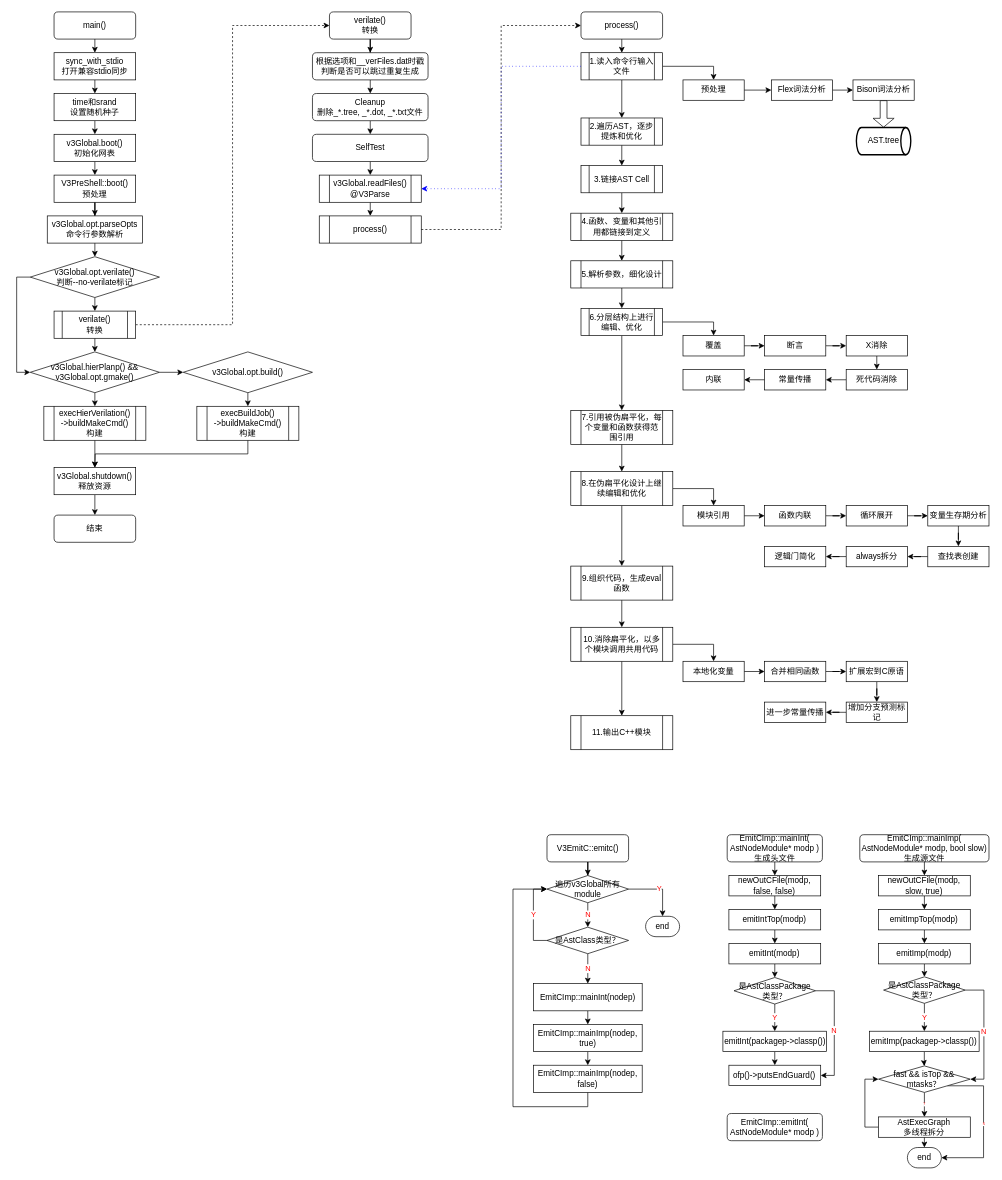
Dercury/CLDK keeps this draw.io diagram as verilator_digrams/main().drawio. Above is the earlier version. Source tidied: cells renumbered, new cells numbered last; positions are measured from the earlier drawing's top-left corner, leaving out a move shared by most shapes. Both pictures are drawn from the tidied source at 68%, with x=0, y=0 at pixel (30, 12).
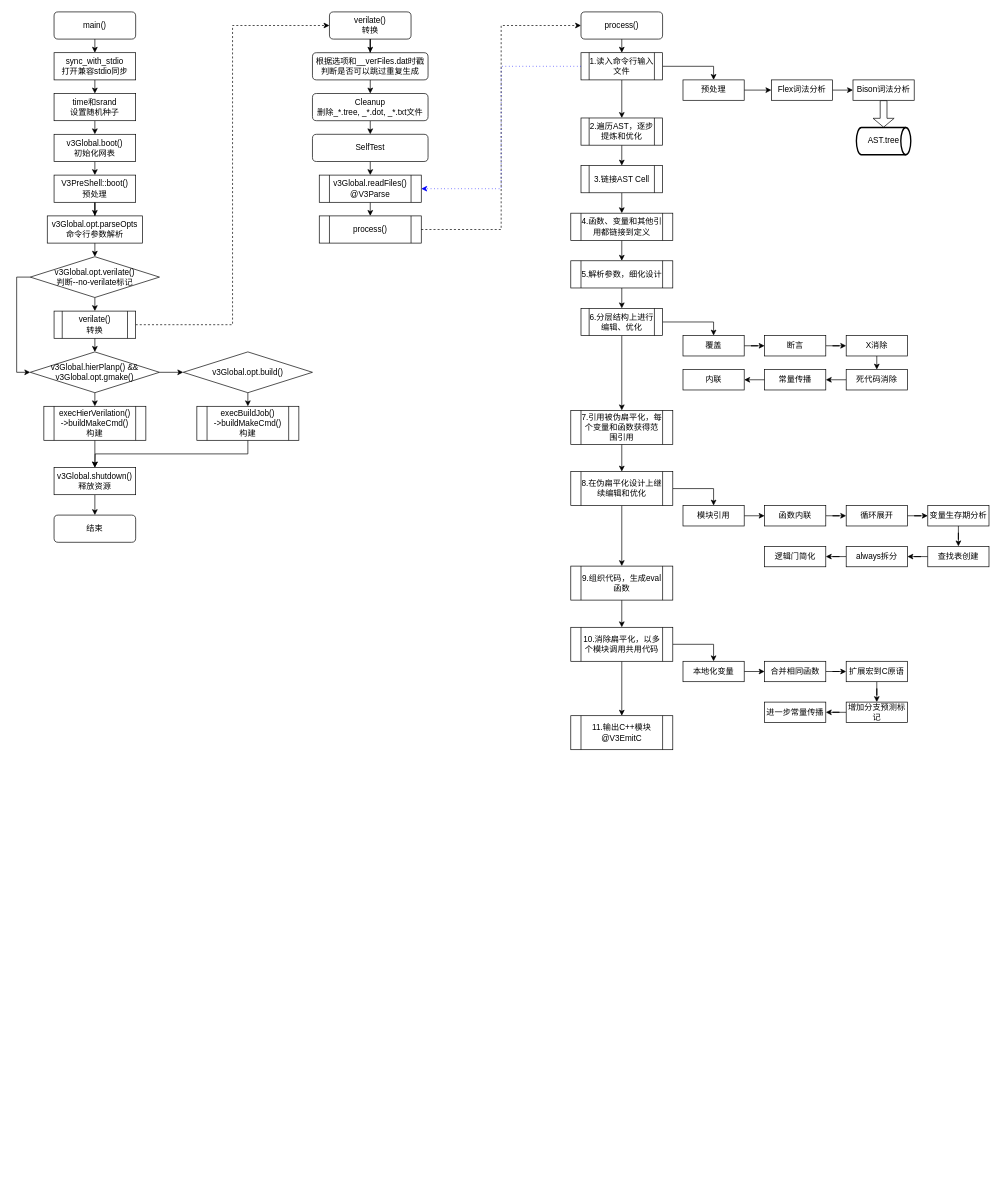
The same page after the edit.

Change to the diagram source:
```diff
@@
-    <mxCell id="89" value="&lt;span&gt;11.输出C++模块&lt;/span&gt;" style="shape=process;whiteSpace=wrap;html=1;backgroundOutline=1;" parent="1" vertex="1">
+    <mxCell id="89" value="&lt;span&gt;11.输出C++模块&lt;br&gt;@V3EmitC&lt;br&gt;&lt;/span&gt;" style="shape=process;whiteSpace=wrap;html=1;backgroundOutline=1;" parent="1" vertex="1">
       <mxGeometry x="794.9" y="1035" width="150" height="50" as="geometry" />
     </mxCell>
@@
-    <mxCell id="112" style="edgeStyle=orthogonalEdgeStyle;rounded=0;jumpSize=6;jettySize=auto;html=1;exitX=0.5;exitY=1;exitDx=0;exitDy=0;fontColor=#FF0000;strokeWidth=1;" parent="1" edge="1" source="113" target="116">
-      <mxGeometry relative="1" as="geometry" />
-    </mxCell>
-    <mxCell id="113" value="V3EmitC::emitc()" style="rounded=1;whiteSpace=wrap;html=1;fontSize=12;glass=0;strokeWidth=1;shadow=0;" parent="1" vertex="1">
-      <mxGeometry x="759.9" y="1210" width="120" height="40" as="geometry" />
-    </mxCell>
-    <mxCell id="114" value="N" style="edgeStyle=orthogonalEdgeStyle;rounded=0;jumpSize=6;jettySize=auto;html=1;exitX=0.5;exitY=1;exitDx=0;exitDy=0;entryX=0.5;entryY=0;entryDx=0;entryDy=0;fontColor=#FF0000;strokeWidth=1;" parent="1" edge="1" source="116" target="119">
-      <mxGeometry relative="1" as="geometry" />
-    </mxCell>
-    <mxCell id="115" value="Y" style="edgeStyle=orthogonalEdgeStyle;rounded=0;jumpSize=6;jettySize=auto;html=1;exitX=1;exitY=0.5;exitDx=0;exitDy=0;fontColor=#FF0000;strokeColor=#000000;strokeWidth=1;" parent="1" edge="1" source="116" target="126">
-      <mxGeometry relative="1" as="geometry" />
-    </mxCell>
-    <mxCell id="116" value="遍历v3Global所有module" style="rhombus;whiteSpace=wrap;html=1;rounded=0;shadow=0;glass=0;strokeWidth=1;" parent="1" vertex="1">
-      <mxGeometry x="759.9" y="1270" width="120" height="40" as="geometry" />
-    </mxCell>
-    <mxCell id="117" value="N" style="edgeStyle=orthogonalEdgeStyle;rounded=0;jumpSize=6;jettySize=auto;html=1;exitX=0.5;exitY=1;exitDx=0;exitDy=0;entryX=0.5;entryY=0;entryDx=0;entryDy=0;fontColor=#FF0000;strokeWidth=1;" parent="1" edge="1" source="119" target="121">
-      <mxGeometry relative="1" as="geometry" />
-    </mxCell>
-    <mxCell id="118" value="Y" style="edgeStyle=orthogonalEdgeStyle;rounded=0;jumpSize=6;jettySize=auto;html=1;exitX=0;exitY=0.5;exitDx=0;exitDy=0;entryX=0;entryY=0.5;entryDx=0;entryDy=0;fontColor=#FF0000;strokeColor=#000000;strokeWidth=1;" parent="1" edge="1" source="119" target="116">
-      <mxGeometry relative="1" as="geometry" />
-    </mxCell>
-    <mxCell id="119" value="是AstClass类型？" style="rhombus;whiteSpace=wrap;html=1;rounded=0;shadow=0;glass=0;strokeWidth=1;" parent="1" vertex="1">
-      <mxGeometry x="759.9" y="1346" width="120" height="39" as="geometry" />
-    </mxCell>
-    <mxCell id="120" style="edgeStyle=orthogonalEdgeStyle;rounded=0;jumpSize=6;jettySize=auto;html=1;exitX=0.5;exitY=1;exitDx=0;exitDy=0;entryX=0.5;entryY=0;entryDx=0;entryDy=0;fontColor=#FF0000;strokeColor=#000000;strokeWidth=1;" parent="1" edge="1" source="121" target="123">
-      <mxGeometry relative="1" as="geometry" />
-    </mxCell>
-    <mxCell id="121" value="&lt;span&gt;EmitCImp::mainInt(nodep)&lt;/span&gt;" style="rounded=0;whiteSpace=wrap;html=1;shadow=0;glass=0;strokeWidth=1;" parent="1" vertex="1">
-      <mxGeometry x="739.9" y="1429" width="160" height="40" as="geometry" />
-    </mxCell>
-    <mxCell id="122" style="edgeStyle=orthogonalEdgeStyle;rounded=0;jumpSize=6;jettySize=auto;html=1;exitX=0.5;exitY=1;exitDx=0;exitDy=0;entryX=0.5;entryY=0;entryDx=0;entryDy=0;fontColor=#FF0000;strokeColor=#000000;strokeWidth=1;" parent="1" edge="1" source="123" target="125">
-      <mxGeometry relative="1" as="geometry" />
-    </mxCell>
-    <mxCell id="123" value="&lt;span&gt;EmitCImp::mainImp(nodep, true)&lt;/span&gt;" style="rounded=0;whiteSpace=wrap;html=1;shadow=0;glass=0;strokeWidth=1;" parent="1" vertex="1">
-      <mxGeometry x="739.9" y="1489" width="160" height="40" as="geometry" />
-    </mxCell>
-    <mxCell id="124" style="edgeStyle=orthogonalEdgeStyle;rounded=0;jumpSize=6;jettySize=auto;html=1;exitX=0.5;exitY=1;exitDx=0;exitDy=0;fontColor=#FF0000;strokeColor=#000000;strokeWidth=1;entryX=0;entryY=0.5;entryDx=0;entryDy=0;" parent="1" edge="1" source="125" target="116">
-      <mxGeometry relative="1" as="geometry">
-        <Array as="points">
-          <mxPoint x="819.9" y="1610" />
-          <mxPoint x="709.9" y="1610" />
-          <mxPoint x="709.9" y="1290" />
-        </Array>
-      </mxGeometry>
-    </mxCell>
-    <mxCell id="125" value="&lt;span&gt;EmitCImp::mainImp(nodep, false)&lt;/span&gt;" style="rounded=0;whiteSpace=wrap;html=1;shadow=0;glass=0;strokeWidth=1;" parent="1" vertex="1">
-      <mxGeometry x="739.9" y="1549" width="160" height="40" as="geometry" />
-    </mxCell>
-    <mxCell id="126" value="end" style="strokeWidth=1;html=1;shape=mxgraph.flowchart.terminator;whiteSpace=wrap;rounded=0;shadow=0;glass=0;" parent="1" vertex="1">
-      <mxGeometry x="904.9" y="1330" width="50" height="30" as="geometry" />
-    </mxCell>
-    <mxCell id="127" style="edgeStyle=orthogonalEdgeStyle;rounded=0;jumpSize=6;jettySize=auto;html=1;exitX=0.5;exitY=1;exitDx=0;exitDy=0;entryX=0.5;entryY=0;entryDx=0;entryDy=0;fontColor=#FF0000;strokeColor=#000000;strokeWidth=1;" parent="1" edge="1" source="128" target="130">
-      <mxGeometry relative="1" as="geometry" />
-    </mxCell>
-    <mxCell id="128" value="EmitCImp::mainInt( AstNodeModule* modp )&lt;br&gt;生成头文件" style="rounded=1;whiteSpace=wrap;html=1;fontSize=12;glass=0;strokeWidth=1;shadow=0;" parent="1" vertex="1">
-      <mxGeometry x="1024.9" y="1210" width="140" height="40" as="geometry" />
-    </mxCell>
-    <mxCell id="129" style="edgeStyle=orthogonalEdgeStyle;rounded=0;jumpSize=6;jettySize=auto;html=1;exitX=0.5;exitY=1;exitDx=0;exitDy=0;entryX=0.5;entryY=0;entryDx=0;entryDy=0;fontColor=#FF0000;strokeColor=#000000;strokeWidth=1;" parent="1" edge="1" source="130" target="132">
-      <mxGeometry relative="1" as="geometry" />
-    </mxCell>
-    <mxCell id="130" value="newOutCFile(modp, false, false)" style="rounded=0;whiteSpace=wrap;html=1;shadow=0;glass=0;strokeWidth=1;" parent="1" vertex="1">
-      <mxGeometry x="1027.4" y="1270" width="135" height="30" as="geometry" />
-    </mxCell>
-    <mxCell id="131" style="edgeStyle=orthogonalEdgeStyle;rounded=0;jumpSize=6;jettySize=auto;html=1;exitX=0.5;exitY=1;exitDx=0;exitDy=0;entryX=0.5;entryY=0;entryDx=0;entryDy=0;fontColor=#FF0000;strokeColor=#000000;strokeWidth=1;" parent="1" edge="1" source="132" target="134">
-      <mxGeometry relative="1" as="geometry" />
-    </mxCell>
-    <mxCell id="132" value="emitIntTop(modp)" style="rounded=0;whiteSpace=wrap;html=1;shadow=0;glass=0;strokeWidth=1;" parent="1" vertex="1">
-      <mxGeometry x="1027.4" y="1320" width="135" height="30" as="geometry" />
-    </mxCell>
-    <mxCell id="133" style="edgeStyle=orthogonalEdgeStyle;rounded=0;jumpSize=6;jettySize=auto;html=1;exitX=0.5;exitY=1;exitDx=0;exitDy=0;entryX=0.5;entryY=0;entryDx=0;entryDy=0;fontColor=#FF0000;strokeColor=#000000;strokeWidth=1;" parent="1" edge="1" source="134" target="139">
-      <mxGeometry relative="1" as="geometry" />
-    </mxCell>
-    <mxCell id="134" value="emitInt(modp)" style="rounded=0;whiteSpace=wrap;html=1;shadow=0;glass=0;strokeWidth=1;" parent="1" vertex="1">
-      <mxGeometry x="1027.4" y="1370" width="135" height="30" as="geometry" />
-    </mxCell>
-    <mxCell id="135" style="edgeStyle=orthogonalEdgeStyle;rounded=0;jumpSize=6;jettySize=auto;html=1;exitX=0.5;exitY=1;exitDx=0;exitDy=0;entryX=0.5;entryY=0;entryDx=0;entryDy=0;fontColor=#FF0000;strokeColor=#000000;strokeWidth=1;" parent="1" edge="1" source="136" target="140">
-      <mxGeometry relative="1" as="geometry" />
-    </mxCell>
-    <mxCell id="136" value="emitInt(packagep-&amp;gt;classp())" style="rounded=0;whiteSpace=wrap;html=1;shadow=0;glass=0;strokeWidth=1;" parent="1" vertex="1">
-      <mxGeometry x="1018.6" y="1499" width="152.5" height="30" as="geometry" />
-    </mxCell>
-    <mxCell id="137" value="Y" style="edgeStyle=orthogonalEdgeStyle;rounded=0;jumpSize=6;jettySize=auto;html=1;exitX=0.5;exitY=1;exitDx=0;exitDy=0;entryX=0.5;entryY=0;entryDx=0;entryDy=0;fontColor=#FF0000;strokeColor=#000000;strokeWidth=1;" parent="1" edge="1" source="139" target="136">
-      <mxGeometry relative="1" as="geometry" />
-    </mxCell>
-    <mxCell id="138" value="N" style="edgeStyle=orthogonalEdgeStyle;rounded=0;jumpSize=6;jettySize=auto;html=1;entryX=1;entryY=0.5;entryDx=0;entryDy=0;fontColor=#FF0000;strokeColor=#000000;strokeWidth=1;exitX=1;exitY=0.5;exitDx=0;exitDy=0;" parent="1" edge="1" source="139" target="140">
-      <mxGeometry relative="1" as="geometry" />
-    </mxCell>
-    <mxCell id="139" value="是AstClassPackage类型？" style="rhombus;whiteSpace=wrap;html=1;rounded=0;shadow=0;glass=0;strokeWidth=1;" parent="1" vertex="1">
-      <mxGeometry x="1034.9" y="1420" width="120" height="39" as="geometry" />
-    </mxCell>
-    <mxCell id="140" value="ofp()-&amp;gt;putsEndGuard()" style="rounded=0;whiteSpace=wrap;html=1;shadow=0;glass=0;strokeWidth=1;" parent="1" vertex="1">
-      <mxGeometry x="1027.4" y="1549" width="135" height="30" as="geometry" />
-    </mxCell>
-    <mxCell id="141" style="edgeStyle=orthogonalEdgeStyle;rounded=0;jumpSize=6;jettySize=auto;html=1;exitX=0.5;exitY=1;exitDx=0;exitDy=0;entryX=0.5;entryY=0;entryDx=0;entryDy=0;fontSize=4;fontColor=#FF0000;strokeColor=#000000;strokeWidth=1;" parent="1" edge="1" source="142" target="145">
-      <mxGeometry relative="1" as="geometry" />
-    </mxCell>
-    <mxCell id="142" value="EmitCImp::mainImp( AstNodeModule* modp, bool slow)&lt;br&gt;生成源文件" style="rounded=1;whiteSpace=wrap;html=1;fontSize=12;glass=0;strokeWidth=1;shadow=0;" parent="1" vertex="1">
-      <mxGeometry x="1219.9" y="1210" width="190" height="40" as="geometry" />
-    </mxCell>
-    <mxCell id="143" value="EmitCImp::emitInt( AstNodeModule* modp )" style="rounded=1;whiteSpace=wrap;html=1;fontSize=12;glass=0;strokeWidth=1;shadow=0;" parent="1" vertex="1">
-      <mxGeometry x="1024.9" y="1620" width="140" height="40" as="geometry" />
-    </mxCell>
-    <mxCell id="144" style="edgeStyle=orthogonalEdgeStyle;rounded=0;jumpSize=6;jettySize=auto;html=1;exitX=0.5;exitY=1;exitDx=0;exitDy=0;entryX=0.5;entryY=0;entryDx=0;entryDy=0;fontSize=4;fontColor=#FF0000;strokeColor=#000000;strokeWidth=1;" parent="1" edge="1" source="145" target="147">
-      <mxGeometry relative="1" as="geometry" />
-    </mxCell>
-    <mxCell id="145" value="newOutCFile(modp, slow, true)" style="rounded=0;whiteSpace=wrap;html=1;shadow=0;glass=0;strokeWidth=1;" parent="1" vertex="1">
-      <mxGeometry x="1247.4" y="1270" width="135" height="30" as="geometry" />
-    </mxCell>
-    <mxCell id="146" style="edgeStyle=orthogonalEdgeStyle;rounded=0;jumpSize=6;jettySize=auto;html=1;exitX=0.5;exitY=1;exitDx=0;exitDy=0;entryX=0.5;entryY=0;entryDx=0;entryDy=0;fontSize=4;fontColor=#FF0000;strokeColor=#000000;strokeWidth=1;" parent="1" edge="1" source="147" target="149">
-      <mxGeometry relative="1" as="geometry" />
-    </mxCell>
-    <mxCell id="147" value="emitImpTop(modp)" style="rounded=0;whiteSpace=wrap;html=1;shadow=0;glass=0;strokeWidth=1;" parent="1" vertex="1">
-      <mxGeometry x="1247.4" y="1320" width="135" height="30" as="geometry" />
-    </mxCell>
-    <mxCell id="148" style="edgeStyle=orthogonalEdgeStyle;rounded=0;jumpSize=6;jettySize=auto;html=1;exitX=0.5;exitY=1;exitDx=0;exitDy=0;entryX=0.5;entryY=0;entryDx=0;entryDy=0;fontSize=4;fontColor=#FF0000;strokeColor=#000000;strokeWidth=1;" parent="1" edge="1" source="149" target="154">
-      <mxGeometry relative="1" as="geometry" />
-    </mxCell>
-    <mxCell id="149" value="emitImp(modp)" style="rounded=0;whiteSpace=wrap;html=1;shadow=0;glass=0;strokeWidth=1;" parent="1" vertex="1">
-      <mxGeometry x="1247.4" y="1370" width="135" height="30" as="geometry" />
-    </mxCell>
-    <mxCell id="150" style="edgeStyle=orthogonalEdgeStyle;rounded=0;jumpSize=6;jettySize=auto;html=1;exitX=0.5;exitY=1;exitDx=0;exitDy=0;fontColor=#FF0000;strokeColor=#000000;strokeWidth=1;" parent="1" edge="1" source="151" target="160">
-      <mxGeometry relative="1" as="geometry" />
-    </mxCell>
-    <mxCell id="151" value="emitImp(packagep-&amp;gt;classp())" style="rounded=0;whiteSpace=wrap;html=1;shadow=0;glass=0;strokeWidth=1;" parent="1" vertex="1">
-      <mxGeometry x="1234.2" y="1499" width="161.2" height="30" as="geometry" />
-    </mxCell>
-    <mxCell id="152" value="Y" style="edgeStyle=orthogonalEdgeStyle;rounded=0;jumpSize=6;jettySize=auto;html=1;exitX=0.5;exitY=1;exitDx=0;exitDy=0;entryX=0.5;entryY=0;entryDx=0;entryDy=0;fontColor=#FF0000;strokeColor=#000000;strokeWidth=1;" parent="1" edge="1" source="154" target="151">
-      <mxGeometry relative="1" as="geometry" />
-    </mxCell>
-    <mxCell id="153" value="N" style="edgeStyle=orthogonalEdgeStyle;rounded=0;jumpSize=6;jettySize=auto;html=1;entryX=1;entryY=0.5;entryDx=0;entryDy=0;fontColor=#FF0000;strokeColor=#000000;strokeWidth=1;exitX=1;exitY=0.5;exitDx=0;exitDy=0;" parent="1" edge="1" source="154" target="160">
-      <mxGeometry relative="1" as="geometry" />
-    </mxCell>
-    <mxCell id="154" value="是AstClassPackage类型？" style="rhombus;whiteSpace=wrap;html=1;rounded=0;shadow=0;glass=0;strokeWidth=1;" parent="1" vertex="1">
-      <mxGeometry x="1254.9" y="1419" width="120" height="39" as="geometry" />
-    </mxCell>
-    <mxCell id="155" style="edgeStyle=orthogonalEdgeStyle;rounded=0;jumpSize=6;jettySize=auto;html=1;entryX=0;entryY=0.5;entryDx=0;entryDy=0;fontSize=4;fontColor=#FF0000;strokeColor=#000000;strokeWidth=1;exitX=0;exitY=0.5;exitDx=0;exitDy=0;" parent="1" edge="1" source="157" target="160">
-      <mxGeometry relative="1" as="geometry" />
-    </mxCell>
-    <mxCell id="156" style="edgeStyle=orthogonalEdgeStyle;rounded=0;jumpSize=6;jettySize=auto;html=1;exitX=0.5;exitY=1;exitDx=0;exitDy=0;entryX=0.5;entryY=0;entryDx=0;entryDy=0;entryPerimeter=0;fontSize=4;fontColor=#FF0000;strokeColor=#000000;strokeWidth=1;" parent="1" edge="1" source="157" target="161">
-      <mxGeometry relative="1" as="geometry" />
-    </mxCell>
-    <mxCell id="157" value="AstExecGraph&lt;br&gt;多线程拆分" style="rounded=0;whiteSpace=wrap;html=1;shadow=0;glass=0;strokeWidth=1;" parent="1" vertex="1">
-      <mxGeometry x="1247.4" y="1625" width="135" height="30" as="geometry" />
-    </mxCell>
-    <mxCell id="158" value="Y" style="edgeStyle=orthogonalEdgeStyle;rounded=0;jumpSize=6;jettySize=auto;html=1;exitX=0.5;exitY=1;exitDx=0;exitDy=0;entryX=0.5;entryY=0;entryDx=0;entryDy=0;fontSize=4;fontColor=#FF0000;strokeColor=#000000;strokeWidth=1;" parent="1" edge="1" source="160" target="157">
-      <mxGeometry relative="1" as="geometry" />
-    </mxCell>
-    <mxCell id="159" value="N" style="edgeStyle=orthogonalEdgeStyle;rounded=0;jumpSize=6;jettySize=auto;html=1;exitX=1;exitY=1;exitDx=0;exitDy=0;fontSize=4;fontColor=#FF0000;strokeColor=#000000;strokeWidth=1;entryX=1;entryY=0.5;entryDx=0;entryDy=0;entryPerimeter=0;" parent="1" edge="1" source="160" target="161">
-      <mxGeometry relative="1" as="geometry">
-        <Array as="points">
-          <mxPoint x="1401.9" y="1579" />
-          <mxPoint x="1401.9" y="1685" />
-        </Array>
-      </mxGeometry>
-    </mxCell>
-    <mxCell id="160" value="fast &amp;amp;&amp;amp; isTop &amp;amp;&amp;amp; mtasks？" style="rhombus;whiteSpace=wrap;html=1;rounded=0;shadow=0;glass=0;strokeWidth=1;" parent="1" vertex="1">
-      <mxGeometry x="1247.4" y="1550" width="135" height="39" as="geometry" />
-    </mxCell>
-    <mxCell id="161" value="end" style="strokeWidth=1;html=1;shape=mxgraph.flowchart.terminator;whiteSpace=wrap;rounded=0;shadow=0;glass=0;" parent="1" vertex="1">
-      <mxGeometry x="1289.9" y="1670" width="50" height="30" as="geometry" />
-    </mxCell>
```
